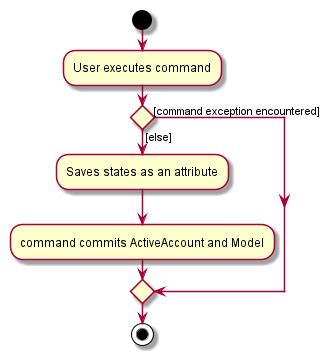
Earlier version of the PlantUML export docs/images/CommitActivityDiagram.png (nus-cs2103-AY2021S1/tp).
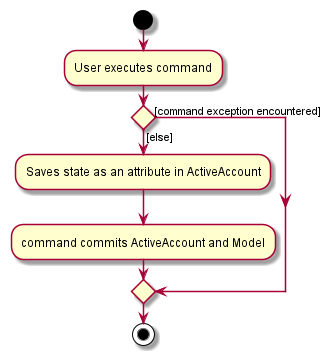
The same file after the commit.

Diff of the diagram source:
```diff
@@ -4,7 +4,7 @@
 
 
 if () then ([else])
-    :Saves states as an attribute;
+    :Saves state as an attribute in ActiveAccount;
     :command commits ActiveAccount and Model;
 else ([command exception encountered])
 endif
```
